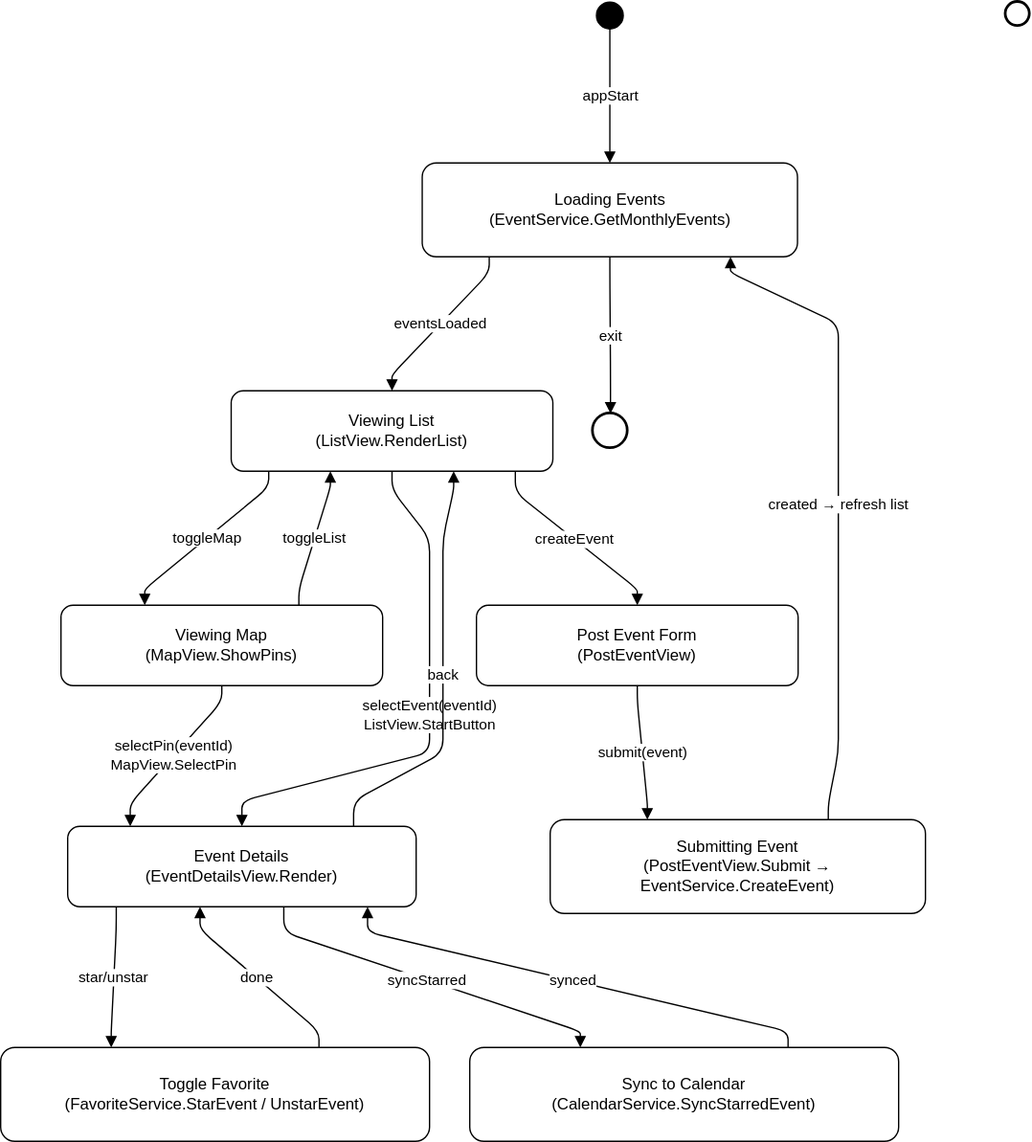
The draw.io diagram doc/UI_NAVIGATION.drawio.svg in bortiz-101/Community-Event-Finder, before a commit. Source tidied: cells renumbered, new cells last; positions are measured from the earlier drawing's top-left corner, leaving out a move shared by most shapes.
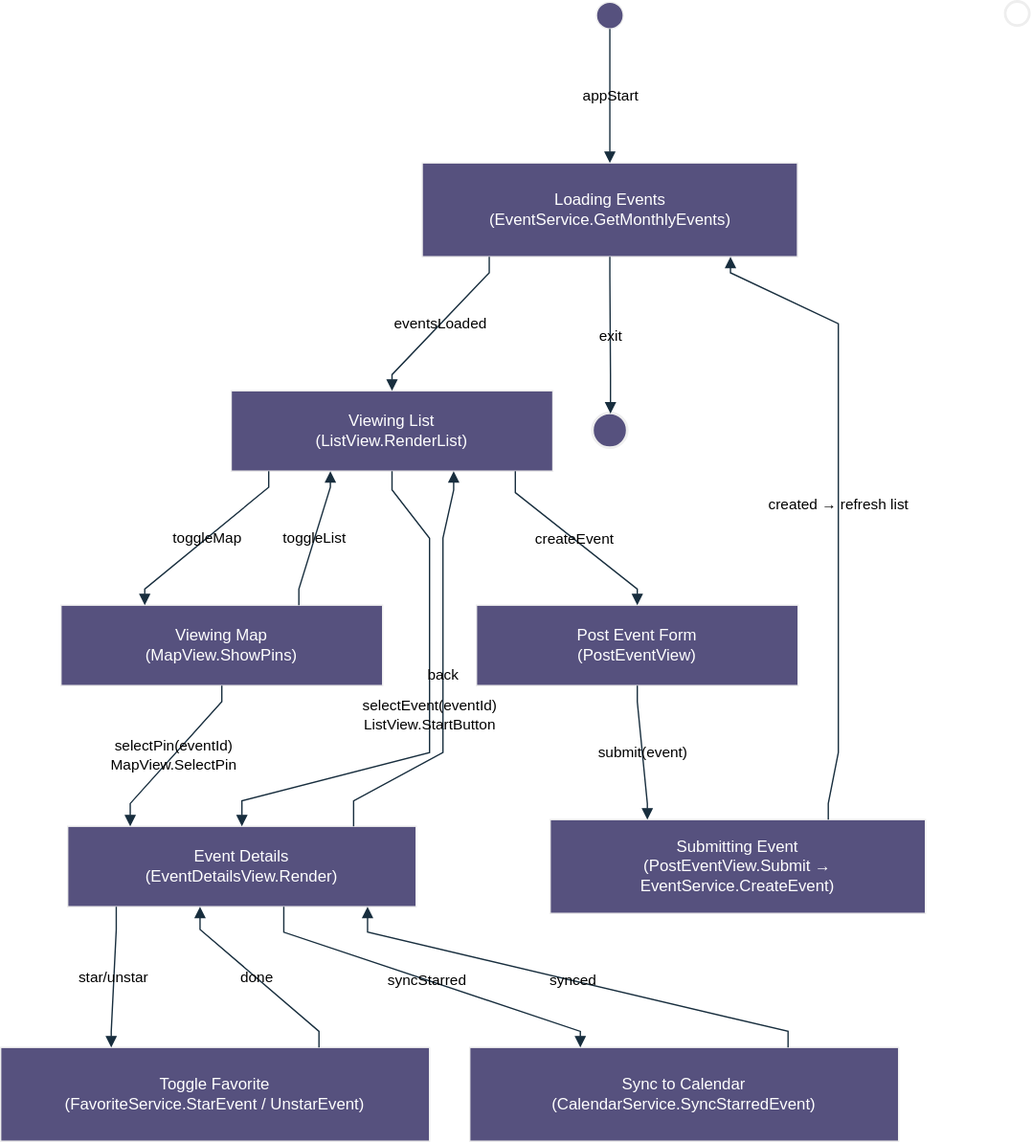
After the change.

What changed in the source:
```diff
@@ -1,41 +1,41 @@
-<mxGraphModel>
+<mxGraphModel background="#FFFFFF">
   <root>
     <mxCell id="0" />
     <mxCell id="1" parent="0" />
-    <mxCell id="2" style="ellipse;fillColor=#000000;strokeColor=#000000;" parent="1" vertex="1">
+    <mxCell id="2" style="ellipse;fillColor=#56517E;strokeColor=#EEEEEE;rounded=0;labelBackgroundColor=none;fontColor=#FFFFFF;" parent="1" vertex="1">
       <mxGeometry x="444.5" width="20" height="20" as="geometry" />
     </mxCell>
-    <mxCell id="3" value="Loading Events&#10;(EventService.GetMonthlyEvents)" style="rounded=1;whiteSpace=wrap;html=1;align=center;verticalAlign=middle;" parent="1" vertex="1">
+    <mxCell id="3" value="Loading Events&#10;(EventService.GetMonthlyEvents)" style="rounded=0;whiteSpace=wrap;html=1;align=center;verticalAlign=middle;labelBackgroundColor=none;fillColor=#56517E;strokeColor=#EEEEEE;fontColor=#FFFFFF;" parent="1" vertex="1">
       <mxGeometry x="314.5" y="120" width="280" height="70" as="geometry" />
     </mxCell>
-    <mxCell id="4" value="Viewing List&#10;(ListView.RenderList)" style="rounded=1;whiteSpace=wrap;html=1;align=center;verticalAlign=middle;" parent="1" vertex="1">
+    <mxCell id="4" value="Viewing List&#10;(ListView.RenderList)" style="rounded=0;whiteSpace=wrap;html=1;align=center;verticalAlign=middle;labelBackgroundColor=none;fillColor=#56517E;strokeColor=#EEEEEE;fontColor=#FFFFFF;" parent="1" vertex="1">
       <mxGeometry x="172" y="290" width="240" height="60" as="geometry" />
     </mxCell>
-    <mxCell id="5" value="Viewing Map&#10;(MapView.ShowPins)" style="rounded=1;whiteSpace=wrap;html=1;align=center;verticalAlign=middle;" parent="1" vertex="1">
+    <mxCell id="5" value="Viewing Map&#10;(MapView.ShowPins)" style="rounded=0;whiteSpace=wrap;html=1;align=center;verticalAlign=middle;labelBackgroundColor=none;fillColor=#56517E;strokeColor=#EEEEEE;fontColor=#FFFFFF;" parent="1" vertex="1">
       <mxGeometry x="45" y="450" width="240" height="60" as="geometry" />
     </mxCell>
-    <mxCell id="6" value="Event Details&#10;(EventDetailsView.Render)" style="rounded=1;whiteSpace=wrap;html=1;align=center;verticalAlign=middle;" parent="1" vertex="1">
+    <mxCell id="6" value="Event Details&#10;(EventDetailsView.Render)" style="rounded=0;whiteSpace=wrap;html=1;align=center;verticalAlign=middle;labelBackgroundColor=none;fillColor=#56517E;strokeColor=#EEEEEE;fontColor=#FFFFFF;" parent="1" vertex="1">
       <mxGeometry x="50" y="615" width="260" height="60" as="geometry" />
     </mxCell>
-    <mxCell id="7" value="Post Event Form&#10;(PostEventView)" style="rounded=1;whiteSpace=wrap;html=1;align=center;verticalAlign=middle;" parent="1" vertex="1">
+    <mxCell id="7" value="Post Event Form&#10;(PostEventView)" style="rounded=0;whiteSpace=wrap;html=1;align=center;verticalAlign=middle;labelBackgroundColor=none;fillColor=#56517E;strokeColor=#EEEEEE;fontColor=#FFFFFF;" parent="1" vertex="1">
       <mxGeometry x="355" y="450" width="240" height="60" as="geometry" />
     </mxCell>
-    <mxCell id="8" value="Submitting Event&#10;(PostEventView.Submit → EventService.CreateEvent)" style="rounded=1;whiteSpace=wrap;html=1;align=center;verticalAlign=middle;" parent="1" vertex="1">
+    <mxCell id="8" value="Submitting Event&#10;(PostEventView.Submit → EventService.CreateEvent)" style="rounded=0;whiteSpace=wrap;html=1;align=center;verticalAlign=middle;labelBackgroundColor=none;fillColor=#56517E;strokeColor=#EEEEEE;fontColor=#FFFFFF;" parent="1" vertex="1">
       <mxGeometry x="410" y="610" width="280" height="70" as="geometry" />
     </mxCell>
-    <mxCell id="9" value="Toggle Favorite&#10;(FavoriteService.StarEvent / UnstarEvent)" style="rounded=1;whiteSpace=wrap;html=1;align=center;verticalAlign=middle;" parent="1" vertex="1">
+    <mxCell id="9" value="Toggle Favorite&#10;(FavoriteService.StarEvent / UnstarEvent)" style="rounded=0;whiteSpace=wrap;html=1;align=center;verticalAlign=middle;labelBackgroundColor=none;fillColor=#56517E;strokeColor=#EEEEEE;fontColor=#FFFFFF;" parent="1" vertex="1">
       <mxGeometry y="780" width="320" height="70" as="geometry" />
     </mxCell>
-    <mxCell id="10" value="Sync to Calendar&#10;(CalendarService.SyncStarredEvent)" style="rounded=1;whiteSpace=wrap;html=1;align=center;verticalAlign=middle;" parent="1" vertex="1">
+    <mxCell id="10" value="Sync to Calendar&#10;(CalendarService.SyncStarredEvent)" style="rounded=0;whiteSpace=wrap;html=1;align=center;verticalAlign=middle;labelBackgroundColor=none;fillColor=#56517E;strokeColor=#EEEEEE;fontColor=#FFFFFF;" parent="1" vertex="1">
       <mxGeometry x="350" y="780" width="320" height="70" as="geometry" />
     </mxCell>
-    <mxCell id="11" style="ellipse;fillColor=#ffffff;strokeColor=#000000;strokeWidth=2;" parent="1" vertex="1">
+    <mxCell id="11" style="ellipse;fillColor=#56517E;strokeColor=#EEEEEE;strokeWidth=2;rounded=0;labelBackgroundColor=none;fontColor=#FFFFFF;" parent="1" vertex="1">
       <mxGeometry x="442" y="307" width="26" height="26" as="geometry" />
     </mxCell>
-    <mxCell id="12" style="ellipse;fillColor=none;strokeColor=#000000;strokeWidth=2;" parent="1" vertex="1">
+    <mxCell id="12" style="ellipse;fillColor=none;strokeColor=#EEEEEE;strokeWidth=2;rounded=0;labelBackgroundColor=none;fontColor=#FFFFFF;" parent="1" vertex="1">
       <mxGeometry x="750" width="18" height="18" as="geometry" />
     </mxCell>
-    <mxCell id="13" value="appStart" style="endArrow=block;html=1;rounded=1;noEdgeStyle=1;orthogonal=1;" parent="1" edge="1" source="2" target="3">
+    <mxCell id="13" value="appStart" style="endArrow=block;html=1;rounded=0;noEdgeStyle=1;orthogonal=1;labelBackgroundColor=none;strokeColor=#182E3E;fontColor=default;" parent="1" edge="1" source="2" target="3">
       <mxGeometry relative="1" as="geometry">
         <Array as="points">
           <mxPoint x="454.5" y="32" />
@@ -43,7 +43,7 @@
         </Array>
       </mxGeometry>
     </mxCell>
-    <mxCell id="14" value="eventsLoaded" style="endArrow=block;html=1;rounded=1;noEdgeStyle=1;orthogonal=1;" parent="1" edge="1" source="3" target="4">
+    <mxCell id="14" value="eventsLoaded" style="endArrow=block;html=1;rounded=0;noEdgeStyle=1;orthogonal=1;labelBackgroundColor=none;strokeColor=#182E3E;fontColor=default;" parent="1" edge="1" source="3" target="4">
       <mxGeometry relative="1" as="geometry">
         <Array as="points">
           <mxPoint x="364.5" y="202" />
@@ -51,7 +51,7 @@
         </Array>
       </mxGeometry>
     </mxCell>
-    <mxCell id="15" value="toggleMap" style="endArrow=block;html=1;rounded=1;noEdgeStyle=1;orthogonal=1;" parent="1" edge="1" source="4" target="5">
+    <mxCell id="15" value="toggleMap" style="endArrow=block;html=1;rounded=0;noEdgeStyle=1;orthogonal=1;labelBackgroundColor=none;strokeColor=#182E3E;fontColor=default;" parent="1" edge="1" source="4" target="5">
       <mxGeometry relative="1" as="geometry">
         <Array as="points">
           <mxPoint x="200" y="362" />
@@ -59,7 +59,7 @@
         </Array>
       </mxGeometry>
     </mxCell>
-    <mxCell id="16" value="toggleList" style="endArrow=block;html=1;rounded=1;noEdgeStyle=1;orthogonal=1;" parent="1" edge="1" source="5" target="4">
+    <mxCell id="16" value="toggleList" style="endArrow=block;html=1;rounded=0;noEdgeStyle=1;orthogonal=1;labelBackgroundColor=none;strokeColor=#182E3E;fontColor=default;" parent="1" edge="1" source="5" target="4">
       <mxGeometry relative="1" as="geometry">
         <Array as="points">
           <mxPoint x="222.5" y="438" />
@@ -67,7 +67,7 @@
         </Array>
       </mxGeometry>
     </mxCell>
-    <mxCell id="17" value="selectEvent(eventId)&#10;ListView.StartButton" style="endArrow=block;html=1;rounded=1;noEdgeStyle=1;orthogonal=1;" parent="1" edge="1" source="4" target="6">
+    <mxCell id="17" value="selectEvent(eventId)&#10;ListView.StartButton" style="endArrow=block;html=1;rounded=0;noEdgeStyle=1;orthogonal=1;labelBackgroundColor=none;strokeColor=#182E3E;fontColor=default;" parent="1" edge="1" source="4" target="6">
       <mxGeometry relative="1" as="geometry">
         <Array as="points">
           <mxPoint x="292" y="364" />
@@ -77,7 +77,7 @@
         </Array>
       </mxGeometry>
     </mxCell>
-    <mxCell id="18" value="selectPin(eventId)&#10;MapView.SelectPin" style="endArrow=block;html=1;rounded=1;noEdgeStyle=1;orthogonal=1;" parent="1" edge="1" source="5" target="6">
+    <mxCell id="18" value="selectPin(eventId)&#10;MapView.SelectPin" style="endArrow=block;html=1;rounded=0;noEdgeStyle=1;orthogonal=1;labelBackgroundColor=none;strokeColor=#182E3E;fontColor=default;" parent="1" edge="1" source="5" target="6">
       <mxGeometry relative="1" as="geometry">
         <Array as="points">
           <mxPoint x="165" y="522" />
@@ -85,7 +85,7 @@
         </Array>
       </mxGeometry>
     </mxCell>
-    <mxCell id="19" value="back" style="endArrow=block;html=1;rounded=1;noEdgeStyle=1;orthogonal=1;" parent="1" edge="1" source="6" target="4">
+    <mxCell id="19" value="back" style="endArrow=block;html=1;rounded=0;noEdgeStyle=1;orthogonal=1;labelBackgroundColor=none;strokeColor=#182E3E;fontColor=default;" parent="1" edge="1" source="6" target="4">
       <mxGeometry relative="1" as="geometry">
         <Array as="points">
           <mxPoint x="263.3" y="596" />
@@ -95,7 +95,7 @@
         </Array>
       </mxGeometry>
     </mxCell>
-    <mxCell id="20" value="star/unstar" style="endArrow=block;html=1;rounded=1;noEdgeStyle=1;orthogonal=1;" parent="1" edge="1" source="6" target="9">
+    <mxCell id="20" value="star/unstar" style="endArrow=block;html=1;rounded=0;noEdgeStyle=1;orthogonal=1;labelBackgroundColor=none;strokeColor=#182E3E;fontColor=default;" parent="1" edge="1" source="6" target="9">
       <mxGeometry relative="1" as="geometry">
         <Array as="points">
           <mxPoint x="86.2" y="692" />
@@ -103,7 +103,7 @@
         </Array>
       </mxGeometry>
     </mxCell>
-    <mxCell id="21" value="done" style="endArrow=block;html=1;rounded=1;noEdgeStyle=1;orthogonal=1;" parent="1" edge="1" source="9" target="6">
+    <mxCell id="21" value="done" style="endArrow=block;html=1;rounded=0;noEdgeStyle=1;orthogonal=1;labelBackgroundColor=none;strokeColor=#182E3E;fontColor=default;" parent="1" edge="1" source="9" target="6">
       <mxGeometry relative="1" as="geometry">
         <Array as="points">
           <mxPoint x="237.5" y="768" />
@@ -111,7 +111,7 @@
         </Array>
       </mxGeometry>
     </mxCell>
-    <mxCell id="22" value="syncStarred" style="endArrow=block;html=1;rounded=1;noEdgeStyle=1;orthogonal=1;" parent="1" edge="1" source="6" target="10">
+    <mxCell id="22" value="syncStarred" style="endArrow=block;html=1;rounded=0;noEdgeStyle=1;orthogonal=1;labelBackgroundColor=none;strokeColor=#182E3E;fontColor=default;" parent="1" edge="1" source="6" target="10">
       <mxGeometry relative="1" as="geometry">
         <Array as="points">
           <mxPoint x="211.2" y="694" />
@@ -119,7 +119,7 @@
         </Array>
       </mxGeometry>
     </mxCell>
-    <mxCell id="23" value="synced" style="endArrow=block;html=1;rounded=1;noEdgeStyle=1;orthogonal=1;" parent="1" edge="1" source="10" target="6">
+    <mxCell id="23" value="synced" style="endArrow=block;html=1;rounded=0;noEdgeStyle=1;orthogonal=1;labelBackgroundColor=none;strokeColor=#182E3E;fontColor=default;" parent="1" edge="1" source="10" target="6">
       <mxGeometry relative="1" as="geometry">
         <Array as="points">
           <mxPoint x="587.5" y="768" />
@@ -127,7 +127,7 @@
         </Array>
       </mxGeometry>
     </mxCell>
-    <mxCell id="24" value="createEvent" style="endArrow=block;html=1;rounded=1;noEdgeStyle=1;orthogonal=1;" parent="1" edge="1" source="4" target="7">
+    <mxCell id="24" value="createEvent" style="endArrow=block;html=1;rounded=0;noEdgeStyle=1;orthogonal=1;labelBackgroundColor=none;strokeColor=#182E3E;fontColor=default;" parent="1" edge="1" source="4" target="7">
       <mxGeometry relative="1" as="geometry">
         <Array as="points">
           <mxPoint x="384" y="366" />
@@ -135,7 +135,7 @@
         </Array>
       </mxGeometry>
     </mxCell>
-    <mxCell id="25" value="submit(event)" style="endArrow=block;html=1;rounded=1;noEdgeStyle=1;orthogonal=1;" parent="1" edge="1" source="7" target="8">
+    <mxCell id="25" value="submit(event)" style="endArrow=block;html=1;rounded=0;noEdgeStyle=1;orthogonal=1;labelBackgroundColor=none;strokeColor=#182E3E;fontColor=default;" parent="1" edge="1" source="7" target="8">
       <mxGeometry relative="1" as="geometry">
         <Array as="points">
           <mxPoint x="475" y="522" />
@@ -143,7 +143,7 @@
         </Array>
       </mxGeometry>
     </mxCell>
-    <mxCell id="26" value="created → refresh list" style="endArrow=block;html=1;rounded=1;noEdgeStyle=1;orthogonal=1;" parent="1" edge="1" source="8" target="3">
+    <mxCell id="26" value="created → refresh list" style="endArrow=block;html=1;rounded=0;noEdgeStyle=1;orthogonal=1;labelBackgroundColor=none;strokeColor=#182E3E;fontColor=default;" parent="1" edge="1" source="8" target="3">
       <mxGeometry relative="1" as="geometry">
         <Array as="points">
           <mxPoint x="617.5" y="598" />
@@ -155,7 +155,7 @@
         </Array>
       </mxGeometry>
     </mxCell>
-    <mxCell id="27" value="exit" style="endArrow=block;html=1;rounded=1;noEdgeStyle=1;orthogonal=1;" parent="1" edge="1" source="3" target="11">
+    <mxCell id="27" value="exit" style="endArrow=block;html=1;rounded=0;noEdgeStyle=1;orthogonal=1;labelBackgroundColor=none;strokeColor=#182E3E;fontColor=default;" parent="1" edge="1" source="3" target="11">
       <mxGeometry relative="1" as="geometry">
         <Array as="points">
           <mxPoint x="454.5" y="204" />
```
